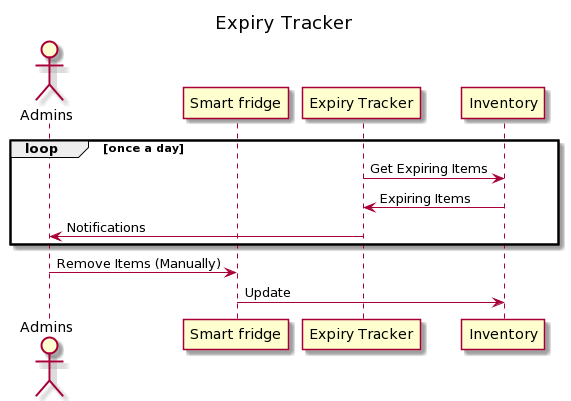
icedhacker/architecture-katas keeps this PlantUML diagram as sequence-diagrams/expiry-tracker.png. Above is the earlier version.
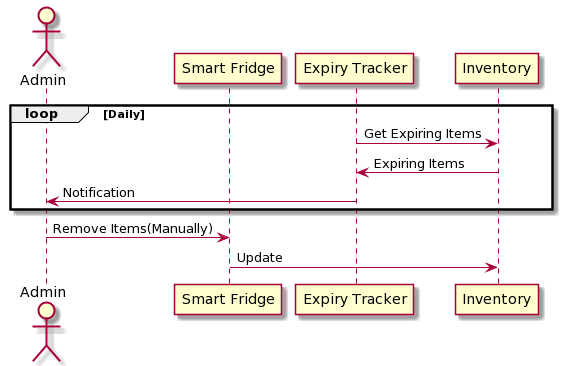
Later version of the same file.

What changed in the source:
```diff
@@ -1,16 +1,13 @@
 @startuml
-title: Expiry Tracker
-
-actor Admins as A
-participant "Smart fridge" as F
-participant "Expiry Tracker" as T
-participant "Inventory" as I
-
-loop once a day
-     T -> I: Get Expiring Items
-     I -> T: Expiring Items
-     T -> A: Notifications
+actor Admin as A
+participant "Smart Fridge" as SF
+participant "Expiry Tracker" as ET
+Participant "Inventory" as I
+loop Daily
+  ET -> I : Get Expiring Items
+  I -> ET : Expiring Items
+  ET-> A : Notification
 end
-A -> F: Remove Items (Manually)
-F -> I: Update
+A -> SF: Remove Items(Manually)
+SF -> I: Update
 @enduml
```
